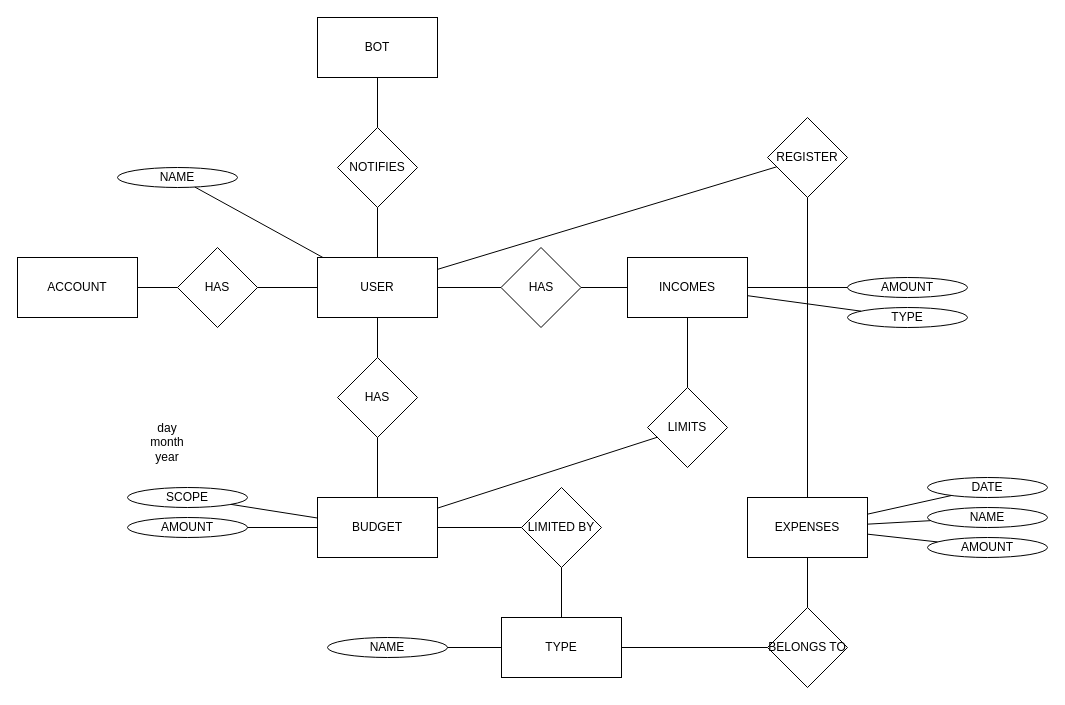
Above: Diagrama sin título.drawio in josueelias9/__mobile__expense_app (draw.io), before the change. Source tidied: cells renumbered, new cells numbered last; positions are measured from the earlier drawing's top-left corner, leaving out a move shared by most shapes. Both pictures are drawn from the tidied source at 100%, with x=0, y=0 at pixel (17, 17).
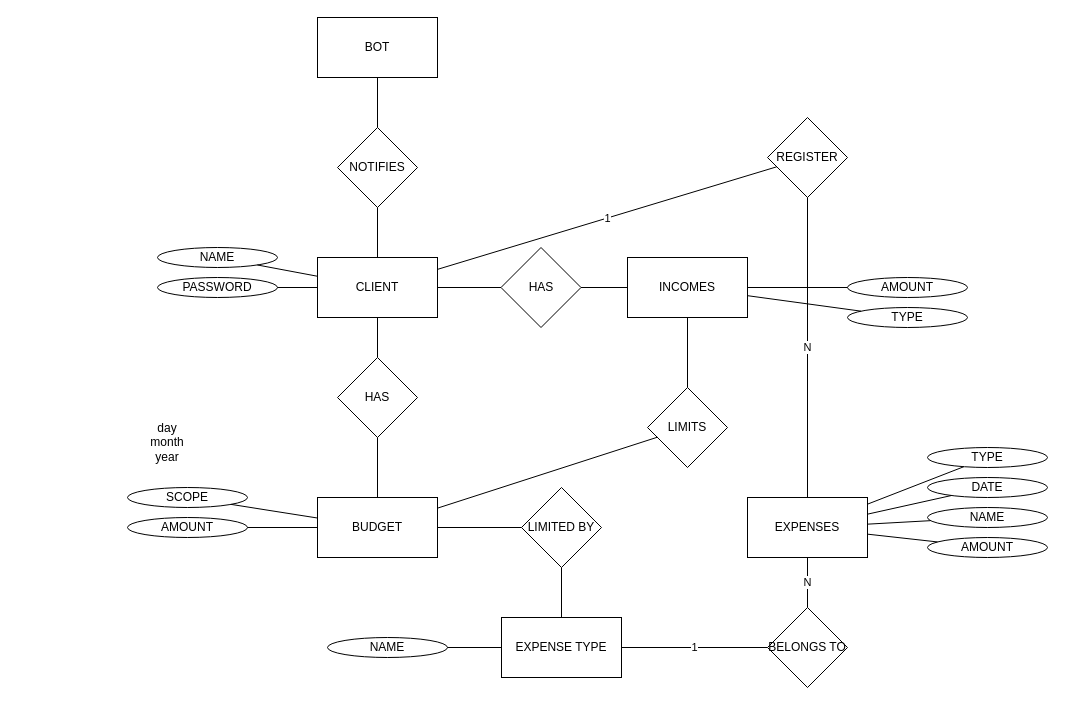
Above is the later version.

Unchanged cells that the change refers to:
```xml
<mxCell id="2" value="REGISTER" style="rhombus;whiteSpace=wrap;html=1;" parent="1" vertex="1">
  <mxGeometry x="750" y="100" width="80" height="80" as="geometry" />
</mxCell>
<mxCell id="6" value="EXPENSES" style="rounded=0;whiteSpace=wrap;html=1;" parent="1" vertex="1">
  <mxGeometry x="730" y="480" width="120" height="60" as="geometry" />
</mxCell>
<mxCell id="35" value="BELONGS TO" style="rhombus;whiteSpace=wrap;html=1;" parent="1" vertex="1">
  <mxGeometry x="750" y="590" width="80" height="80" as="geometry" />
</mxCell>
```

The edit, as a diff of the source:
```diff
@@
-    <mxCell id="4" value="USER" style="rounded=0;whiteSpace=wrap;html=1;" parent="1" vertex="1">
+    <mxCell id="4" value="CLIENT" style="rounded=0;whiteSpace=wrap;html=1;" parent="1" vertex="1">
       <mxGeometry x="300" y="240" width="120" height="60" as="geometry" />
     </mxCell>
-    <mxCell id="5" value="ACCOUNT" style="rounded=0;whiteSpace=wrap;html=1;" parent="1" vertex="1">
-      <mxGeometry y="240" width="120" height="60" as="geometry" />
-    </mxCell>
@@
-    <mxCell id="10" style="rounded=0;jettySize=auto;html=1;endArrow=none;endFill=0;" parent="1" edge="1" source="2" target="4">
+    <mxCell id="10" value="1" style="rounded=0;jettySize=auto;html=1;endArrow=none;endFill=0;" parent="1" edge="1" source="2" target="4">
       <mxGeometry relative="1" as="geometry" />
     </mxCell>
-    <mxCell id="11" style="edgeStyle=orthogonalEdgeStyle;rounded=0;jettySize=auto;html=1;endArrow=none;endFill=0;" parent="1" edge="1" source="2" target="6">
+    <mxCell id="11" value="N" style="edgeStyle=orthogonalEdgeStyle;rounded=0;jettySize=auto;html=1;endArrow=none;endFill=0;" parent="1" edge="1" source="2" target="6">
       <mxGeometry relative="1" as="geometry" />
     </mxCell>
@@
-    <mxCell id="15" value="HAS" style="rhombus;whiteSpace=wrap;html=1;" parent="1" vertex="1">
-      <mxGeometry x="160" y="230" width="80" height="80" as="geometry" />
-    </mxCell>
-    <mxCell id="16" style="edgeStyle=orthogonalEdgeStyle;rounded=0;jettySize=auto;html=1;endArrow=none;endFill=0;" parent="1" edge="1" source="15" target="4">
-      <mxGeometry relative="1" as="geometry" />
-    </mxCell>
-    <mxCell id="17" style="edgeStyle=orthogonalEdgeStyle;rounded=0;jettySize=auto;html=1;endArrow=none;endFill=0;" parent="1" edge="1" source="15" target="5">
-      <mxGeometry relative="1" as="geometry" />
-    </mxCell>
@@
     <mxCell id="28" value="NAME" style="ellipse;whiteSpace=wrap;html=1;" parent="1" vertex="1">
-      <mxGeometry x="100" y="150" width="120" height="20" as="geometry" />
+      <mxGeometry x="140" y="230" width="120" height="20" as="geometry" />
     </mxCell>
@@
-    <mxCell id="34" value="TYPE" style="rounded=0;whiteSpace=wrap;html=1;" parent="1" vertex="1">
+    <mxCell id="34" value="EXPENSE TYPE" style="rounded=0;whiteSpace=wrap;html=1;" parent="1" vertex="1">
       <mxGeometry x="484" y="600" width="120" height="60" as="geometry" />
     </mxCell>
@@
-    <mxCell id="36" style="edgeStyle=orthogonalEdgeStyle;rounded=0;jettySize=auto;html=1;endArrow=none;endFill=0;" parent="1" edge="1" source="35" target="6">
+    <mxCell id="36" value="N" style="edgeStyle=orthogonalEdgeStyle;rounded=0;jettySize=auto;html=1;endArrow=none;endFill=0;" parent="1" edge="1" source="35" target="6">
       <mxGeometry relative="1" as="geometry" />
     </mxCell>
-    <mxCell id="37" style="edgeStyle=orthogonalEdgeStyle;rounded=0;jettySize=auto;html=1;endArrow=none;endFill=0;" parent="1" edge="1" source="35" target="34">
+    <mxCell id="37" value="1" style="edgeStyle=orthogonalEdgeStyle;rounded=0;jettySize=auto;html=1;endArrow=none;endFill=0;" parent="1" edge="1" source="35" target="34">
       <mxGeometry relative="1" as="geometry" />
     </mxCell>
@@
+    <mxCell id="52" value="PASSWORD" style="ellipse;whiteSpace=wrap;html=1;" parent="1" vertex="1">
+      <mxGeometry x="140" y="260" width="120" height="20" as="geometry" />
+    </mxCell>
+    <mxCell id="53" style="rounded=0;jettySize=auto;html=1;endArrow=none;endFill=0;" parent="1" edge="1" source="4" target="52">
+      <mxGeometry relative="1" as="geometry" />
+    </mxCell>
+    <mxCell id="54" value="TYPE" style="ellipse;whiteSpace=wrap;html=1;" parent="1" vertex="1">
+      <mxGeometry x="910" y="430" width="120" height="20" as="geometry" />
+    </mxCell>
+    <mxCell id="55" style="rounded=0;jettySize=auto;html=1;endArrow=none;endFill=0;" parent="1" edge="1" source="6" target="54">
+      <mxGeometry relative="1" as="geometry" />
+    </mxCell>
```
